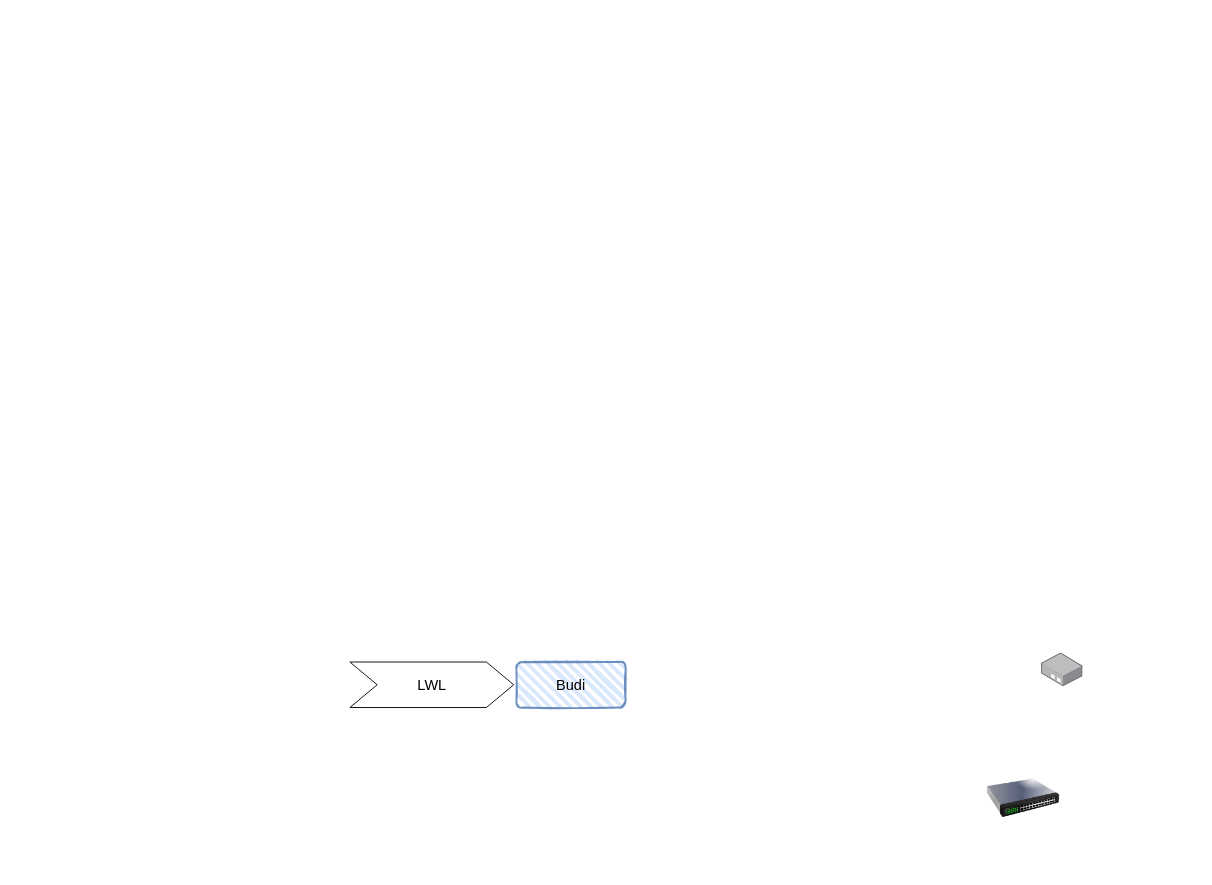
Above: Optical Fiber connection - Office Side/main OF.drawio in payam-avarwand/Network_Diagrams (draw.io), before the change. Source tidied: cells renumbered, new cells numbered last; positions are measured from the earlier drawing's top-left corner, leaving out a move shared by most shapes. Both pictures are drawn from the tidied source at 91%, with x=0, y=0 at pixel (349, 652).
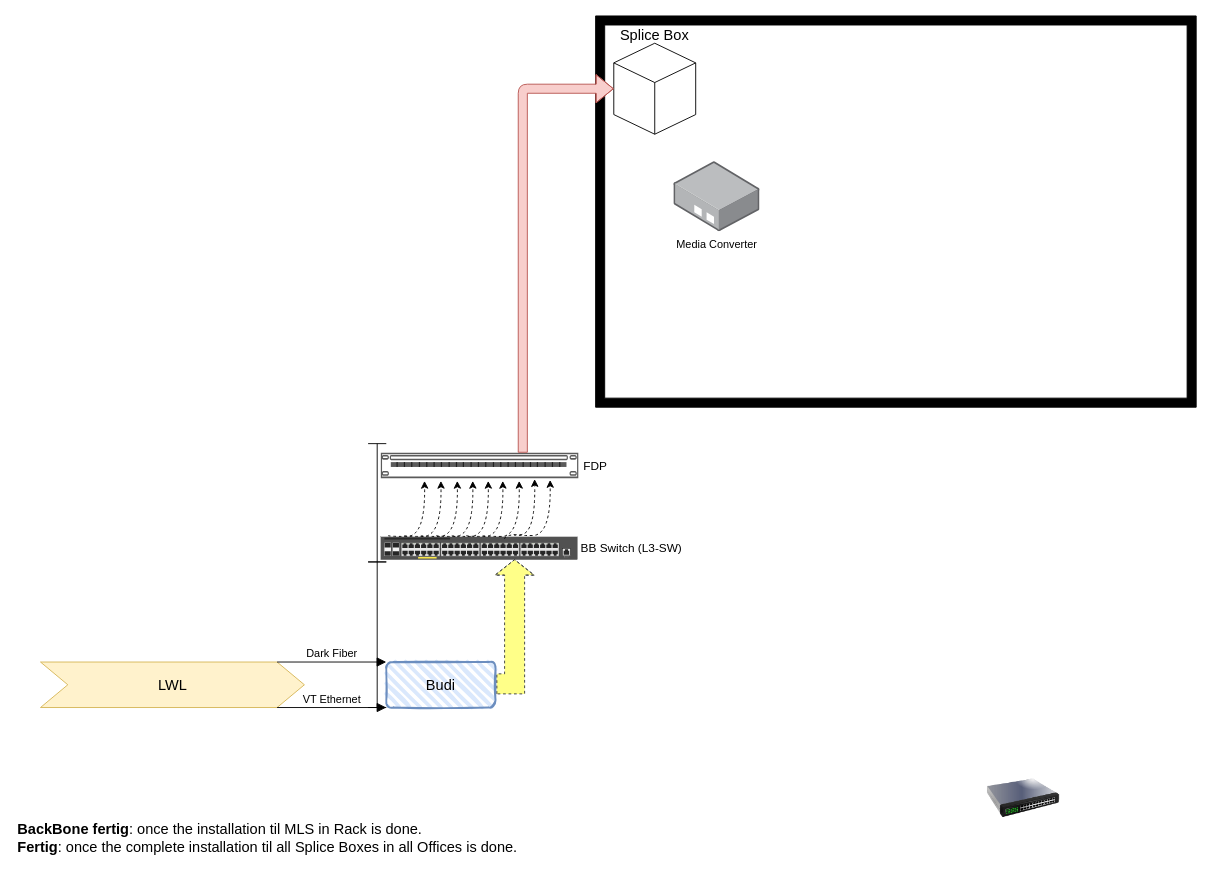
After the change.

What changed in the source:
```diff
@@
-    <mxCell id="3" style="image;html=1;align=center;shadow=0;dashed=0;image=img/lib/allied_telesis/media_converters/Media_Converter_Standalone.svg;imageBackground=none;fillStyle=auto;imageBorder=none;" parent="1" vertex="1">
-      <mxGeometry x="760" width="45.6" height="37.2" as="geometry" />
+    <mxCell id="3" value="Media Converter" style="image;html=1;align=center;shadow=0;dashed=0;image=img/lib/allied_telesis/media_converters/Media_Converter_Standalone.svg;imageBackground=none;fillStyle=auto;imageBorder=none;" parent="1" vertex="1">
+      <mxGeometry x="356" y="-540" width="94.6" height="77.2" as="geometry" />
     </mxCell>
-    <mxCell id="4" value="LWL" style="html=1;shadow=0;dashed=0;align=center;verticalAlign=middle;shape=mxgraph.arrows2.arrow;dy=0;dx=30;notch=30;fontSize=16;" parent="1" vertex="1">
-      <mxGeometry y="10" width="180" height="50" as="geometry" />
+    <mxCell id="4" value="LWL" style="html=1;shadow=0;dashed=0;align=center;verticalAlign=middle;shape=mxgraph.arrows2.arrow;dy=0;dx=30;notch=30;fontSize=16;fillColor=#fff2cc;strokeColor=#d6b656;" parent="1" vertex="1">
+      <mxGeometry x="-340" y="10" width="290" height="50" as="geometry" />
     </mxCell>
     <mxCell id="5" value="Budi" style="rounded=1;strokeWidth=2;fillWeight=4;hachureGap=8;hachureAngle=45;fillColor=#dae8fc;sketch=1;fontSize=16;flipH=0;labelBorderColor=none;labelBackgroundColor=none;html=1;whiteSpace=wrap;strokeColor=#6c8ebf;" parent="1" vertex="1">
-      <mxGeometry x="183" y="10" width="120" height="50" as="geometry" />
+      <mxGeometry x="40" y="10" width="120" height="50" as="geometry" />
     </mxCell>
+    <mxCell id="6" value="&lt;div align=&quot;left&quot;&gt;&lt;b&gt;BackBone fertig&lt;/b&gt;: once the installation til MLS in Rack is done.&lt;/div&gt;&lt;div align=&quot;left&quot;&gt;&lt;b&gt;Fertig&lt;/b&gt;: once the complete installation til all Splice Boxes in all Offices is done.&lt;/div&gt;" style="text;strokeColor=none;fillColor=none;html=1;align=left;verticalAlign=middle;whiteSpace=wrap;rounded=0;fontSize=16;" parent="1" vertex="1">
+      <mxGeometry x="-367" y="167" width="570" height="71" as="geometry" />
+    </mxCell>
+    <mxCell id="7" style="shape=crossbar;whiteSpace=wrap;html=1;rounded=1;direction=south;fontSize=16;" parent="1" vertex="1">
+      <mxGeometry x="20" y="-100" width="20" height="160" as="geometry" />
+    </mxCell>
+    <mxCell id="8" value="Dark Fiber" style="html=1;verticalAlign=bottom;endArrow=block;curved=0;rounded=0;fontSize=12;startSize=8;endSize=8;entryX=0;entryY=0;entryDx=0;entryDy=0;" parent="1" edge="1" target="5">
+      <mxGeometry relative="1" as="geometry">
+        <mxPoint x="-80" y="10" as="sourcePoint" />
+      </mxGeometry>
+    </mxCell>
+    <mxCell id="9" value="VT Ethernet" style="html=1;verticalAlign=bottom;endArrow=block;curved=0;rounded=0;fontSize=12;startSize=8;endSize=8;entryX=0;entryY=0;entryDx=0;entryDy=0;" parent="1" edge="1">
+      <mxGeometry relative="1" as="geometry">
+        <mxPoint x="-80" y="60" as="sourcePoint" />
+        <mxPoint x="40" y="60" as="targetPoint" />
+      </mxGeometry>
+    </mxCell>
+    <mxCell id="10" style="shape=crossbar;whiteSpace=wrap;html=1;rounded=1;direction=south;fontSize=16;" parent="1" vertex="1">
+      <mxGeometry x="20" y="-230" width="20" height="130" as="geometry" />
+    </mxCell>
+    <mxCell id="11" value="FDP" style="strokeColor=#666666;html=1;labelPosition=right;align=left;spacingLeft=15;shadow=0;dashed=0;shape=mxgraph.rack.general.cat5e_rack_mount_patch_panel_24_ports;fontSize=13;verticalAlign=middle;spacing=-9;" parent="1" vertex="1">
+      <mxGeometry x="34" y="-220" width="217" height="28" as="geometry" />
+    </mxCell>
+    <mxCell id="12" value="BB Switch (L3-SW)" style="html=1;verticalLabelPosition=middle;verticalAlign=middle;shadow=0;dashed=0;shape=mxgraph.rack.hpe_aruba.switches.jl256a_aruba_2930f_48g_poeplus_4sfpplus_switch;fontSize=13;labelPosition=right;align=left;spacing=4;" parent="1" vertex="1">
+      <mxGeometry x="34" y="-127.5" width="216" height="25" as="geometry" />
+    </mxCell>
+    <mxCell id="13" style="html=1;labelBackgroundColor=#ffffff;startArrow=none;startFill=0;endArrow=classic;endFill=1;jettySize=auto;orthogonalLoop=1;strokeWidth=1;dashed=1;fontSize=14;rounded=0;edgeStyle=orthogonalEdgeStyle;curved=1;endSize=6;startSize=13;sourcePerimeterSpacing=-1;shadow=0;" parent="1" edge="1">
+      <mxGeometry relative="1" as="geometry">
+        <mxPoint x="42" y="-129" as="sourcePoint" />
+        <mxPoint x="82" y="-189" as="targetPoint" />
+        <Array as="points">
+          <mxPoint x="83" y="-128" />
+          <mxPoint x="83" y="-189" />
+        </Array>
+      </mxGeometry>
+    </mxCell>
+    <mxCell id="14" style="html=1;labelBackgroundColor=#ffffff;startArrow=none;startFill=0;endArrow=classic;endFill=1;jettySize=auto;orthogonalLoop=1;strokeWidth=1;dashed=1;fontSize=14;rounded=0;edgeStyle=orthogonalEdgeStyle;curved=1;endSize=6;startSize=13;sourcePerimeterSpacing=-1;shadow=0;" parent="1" edge="1">
+      <mxGeometry relative="1" as="geometry">
+        <mxPoint x="60" y="-129" as="sourcePoint" />
+        <mxPoint x="100" y="-189" as="targetPoint" />
+        <Array as="points">
+          <mxPoint x="101" y="-128" />
+          <mxPoint x="101" y="-189" />
+        </Array>
+      </mxGeometry>
+    </mxCell>
+    <mxCell id="15" style="html=1;labelBackgroundColor=#ffffff;startArrow=none;startFill=0;endArrow=classic;endFill=1;jettySize=auto;orthogonalLoop=1;strokeWidth=1;dashed=1;fontSize=14;rounded=0;edgeStyle=orthogonalEdgeStyle;curved=1;endSize=6;startSize=13;sourcePerimeterSpacing=-1;shadow=0;" parent="1" edge="1">
+      <mxGeometry relative="1" as="geometry">
+        <mxPoint x="78" y="-129" as="sourcePoint" />
+        <mxPoint x="118" y="-189" as="targetPoint" />
+        <Array as="points">
+          <mxPoint x="119" y="-128" />
+          <mxPoint x="119" y="-189" />
+        </Array>
+      </mxGeometry>
+    </mxCell>
+    <mxCell id="16" style="html=1;labelBackgroundColor=#ffffff;startArrow=none;startFill=0;endArrow=classic;endFill=1;jettySize=auto;orthogonalLoop=1;strokeWidth=1;dashed=1;fontSize=14;rounded=0;edgeStyle=orthogonalEdgeStyle;curved=1;endSize=6;startSize=13;sourcePerimeterSpacing=-1;shadow=0;" parent="1" edge="1">
+      <mxGeometry relative="1" as="geometry">
+        <mxPoint x="95" y="-129" as="sourcePoint" />
+        <mxPoint x="135" y="-189" as="targetPoint" />
+        <Array as="points">
+          <mxPoint x="136" y="-128" />
+          <mxPoint x="136" y="-189" />
+        </Array>
+      </mxGeometry>
+    </mxCell>
+    <mxCell id="17" style="html=1;labelBackgroundColor=#ffffff;startArrow=none;startFill=0;endArrow=classic;endFill=1;jettySize=auto;orthogonalLoop=1;strokeWidth=1;dashed=1;fontSize=14;rounded=0;edgeStyle=orthogonalEdgeStyle;curved=1;endSize=6;startSize=13;sourcePerimeterSpacing=-1;shadow=0;" parent="1" edge="1">
+      <mxGeometry relative="1" as="geometry">
+        <mxPoint x="112" y="-129" as="sourcePoint" />
+        <mxPoint x="152" y="-189" as="targetPoint" />
+        <Array as="points">
+          <mxPoint x="153" y="-128" />
+          <mxPoint x="153" y="-189" />
+        </Array>
+      </mxGeometry>
+    </mxCell>
+    <mxCell id="18" style="html=1;labelBackgroundColor=#ffffff;startArrow=none;startFill=0;endArrow=classic;endFill=1;jettySize=auto;orthogonalLoop=1;strokeWidth=1;dashed=1;fontSize=14;rounded=0;edgeStyle=orthogonalEdgeStyle;curved=1;endSize=6;startSize=13;sourcePerimeterSpacing=-1;shadow=0;" parent="1" edge="1">
+      <mxGeometry relative="1" as="geometry">
+        <mxPoint x="128" y="-129" as="sourcePoint" />
+        <mxPoint x="168" y="-189" as="targetPoint" />
+        <Array as="points">
+          <mxPoint x="169" y="-128" />
+          <mxPoint x="169" y="-189" />
+        </Array>
+      </mxGeometry>
+    </mxCell>
+    <mxCell id="19" style="html=1;labelBackgroundColor=#ffffff;startArrow=none;startFill=0;endArrow=classic;endFill=1;jettySize=auto;orthogonalLoop=1;strokeWidth=1;dashed=1;fontSize=14;rounded=0;edgeStyle=orthogonalEdgeStyle;curved=1;endSize=6;startSize=13;sourcePerimeterSpacing=-1;shadow=0;" parent="1" edge="1">
+      <mxGeometry relative="1" as="geometry">
+        <mxPoint x="146" y="-129" as="sourcePoint" />
+        <mxPoint x="186" y="-189" as="targetPoint" />
+        <Array as="points">
+          <mxPoint x="187" y="-128" />
+          <mxPoint x="187" y="-189" />
+        </Array>
+      </mxGeometry>
+    </mxCell>
+    <mxCell id="20" style="html=1;labelBackgroundColor=#ffffff;startArrow=none;startFill=0;endArrow=classic;endFill=1;jettySize=auto;orthogonalLoop=1;strokeWidth=1;dashed=1;fontSize=14;rounded=0;edgeStyle=orthogonalEdgeStyle;curved=1;endSize=6;startSize=13;sourcePerimeterSpacing=-1;shadow=0;" parent="1" edge="1">
+      <mxGeometry relative="1" as="geometry">
+        <mxPoint x="170" y="-125.5" as="sourcePoint" />
+        <mxPoint x="203" y="-191" as="targetPoint" />
+        <Array as="points">
+          <mxPoint x="170" y="-130" />
+          <mxPoint x="204" y="-130" />
+          <mxPoint x="204" y="-191" />
+        </Array>
+      </mxGeometry>
+    </mxCell>
+    <mxCell id="21" style="html=1;labelBackgroundColor=#ffffff;startArrow=none;startFill=0;endArrow=classic;endFill=1;jettySize=auto;orthogonalLoop=1;strokeWidth=1;dashed=1;fontSize=14;rounded=0;edgeStyle=orthogonalEdgeStyle;curved=1;endSize=6;startSize=13;sourcePerimeterSpacing=-1;shadow=0;" parent="1" edge="1">
+      <mxGeometry relative="1" as="geometry">
+        <mxPoint x="180" y="-130" as="sourcePoint" />
+        <mxPoint x="220" y="-190" as="targetPoint" />
+        <Array as="points">
+          <mxPoint x="221" y="-129" />
+          <mxPoint x="221" y="-190" />
+        </Array>
+      </mxGeometry>
+    </mxCell>
+    <mxCell id="22" style="edgeStyle=segmentEdgeStyle;endArrow=classic;html=1;curved=0;rounded=0;fontSize=12;dashed=1;shape=flexArrow;fillColor=#ffff88;strokeColor=#36393d;width=22;endSize=5.33;" parent="1" edge="1">
+      <mxGeometry relative="1" as="geometry">
+        <mxPoint x="161" y="34" as="sourcePoint" />
+        <mxPoint x="181" y="-103" as="targetPoint" />
+        <Array as="points">
+          <mxPoint x="181" y="34" />
+        </Array>
+      </mxGeometry>
+    </mxCell>
+    <mxCell id="23" style="verticalLabelPosition=bottom;html=1;verticalAlign=top;align=center;shape=mxgraph.floorplan.room;fillColor=strokeColor;fontSize=16;strokeWidth=1;" parent="1" vertex="1">
+      <mxGeometry x="270" y="-700" width="660" height="430" as="geometry" />
+    </mxCell>
+    <mxCell id="24" value="&lt;p style=&quot;line-height: 0%;&quot;&gt;Splice Box&lt;/p&gt;" style="html=1;whiteSpace=wrap;shape=isoCube2;backgroundOutline=1;isoAngle=15;fontSize=16;labelPosition=center;verticalLabelPosition=top;align=center;verticalAlign=bottom;spacing=-8;" parent="1" vertex="1">
+      <mxGeometry x="290" y="-670" width="90" height="100" as="geometry" />
+    </mxCell>
+    <mxCell id="25" style="edgeStyle=segmentEdgeStyle;endArrow=classic;html=1;curved=0;rounded=1;fontSize=12;fillColor=#f8cecc;strokeColor=#b85450;shadow=0;shape=flexArrow;" parent="1" edge="1">
+      <mxGeometry relative="1" as="geometry">
+        <mxPoint x="190" y="-220" as="sourcePoint" />
+        <mxPoint x="290" y="-620" as="targetPoint" />
+        <Array as="points">
+          <mxPoint x="190" y="-620" />
+        </Array>
+      </mxGeometry>
+    </mxCell>
+    <mxCell id="26" style="edgeStyle=none;curved=1;rounded=0;orthogonalLoop=1;jettySize=auto;html=1;entryX=0;entryY=0.5;entryDx=0;entryDy=0;entryPerimeter=0;fontSize=12;startSize=8;endSize=8;" parent="1" edge="1" source="24" target="24">
+      <mxGeometry relative="1" as="geometry" />
+    </mxCell>
```
